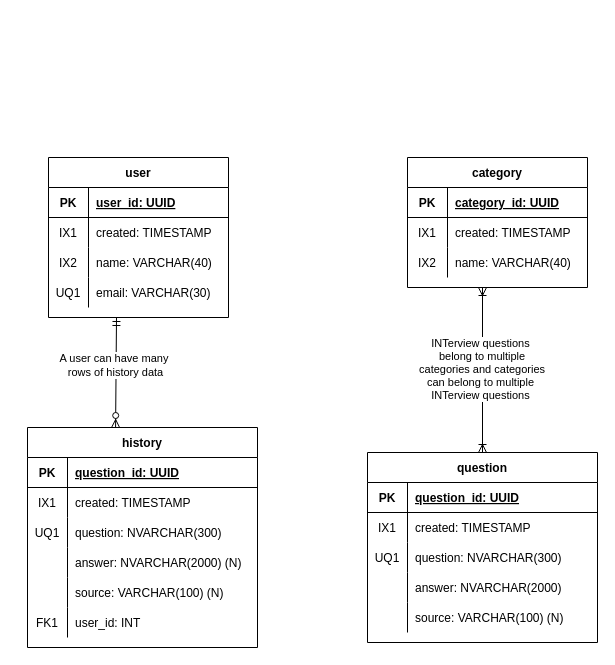
interview-prep-platform/interview-prep-platform.github.io keeps this draw.io diagram as docs/work/erd-Interview-prep.drawio. Above is the earlier version. Source tidied: cells renumbered, new cells numbered last; positions are measured from the earlier drawing's top-left corner, leaving out a move shared by most shapes. Both pictures are drawn from the tidied source at 100%, with x=0, y=0 at pixel (27, 157).
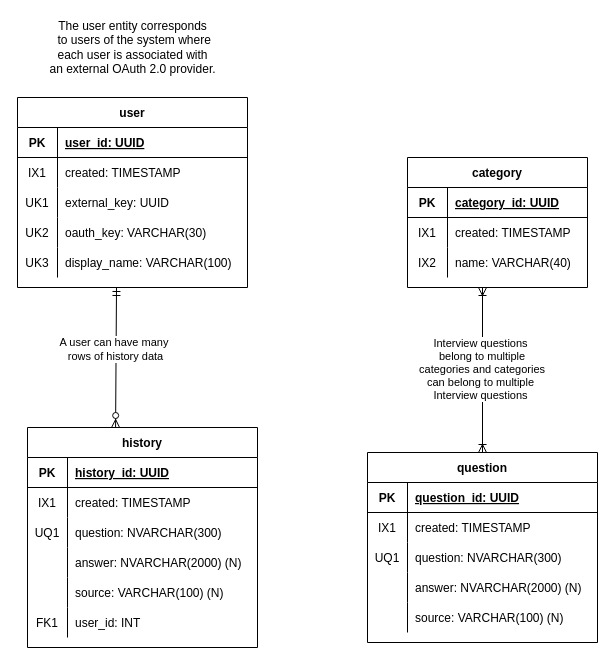
The same page after the edit.

The change refers to these unchanged cells:
```xml
<mxCell id="25" style="shape=partialRectangle;fillColor=none;top=0;left=0;bottom=0;right=0;" parent="15" vertex="1">
  <mxGeometry y="120" width="230" height="30" as="geometry" />
</mxCell>
<mxCell id="43" style="fontSize=12;html=1;endArrow=ERoneToMany;startArrow=ERoneToMany;rounded=0;endFill=0;startFill=0;exitX=0.5;exitY=0;exitDx=0;exitDy=0;" parent="1" edge="1" source="15">
  <mxGeometry relative="1" as="geometry">
    <mxPoint x="455" y="130" as="targetPoint" />
  </mxGeometry>
</mxCell>
<mxCell id="45" value="history" style="shape=table;startSize=30;childLayout=tableLayout;rowLines=0;fontStyle=1;align=center;" parent="1" vertex="1">
  <mxGeometry y="270" width="230" height="220" as="geometry" />
</mxCell>
<mxCell id="46" style="shape=partialRectangle;fillColor=none;top=0;left=0;bottom=1;right=0;" parent="45" vertex="1">
  <mxGeometry y="30" width="230" height="30" as="geometry" />
</mxCell>
```

The edit, as a diff of the source:
```diff
@@
     <mxCell id="2" value="user" style="shape=table;startSize=30;childLayout=tableLayout;rowLines=0;fontStyle=1;align=center;" parent="1" vertex="1">
-      <mxGeometry x="21" width="180" height="160" as="geometry" />
+      <mxGeometry x="-10" y="-60" width="230" height="190" as="geometry" />
     </mxCell>
     <mxCell id="3" style="shape=partialRectangle;fillColor=none;top=0;left=0;bottom=1;right=0;" parent="2" vertex="1">
-      <mxGeometry y="30" width="180" height="30" as="geometry" />
+      <mxGeometry y="30" width="230" height="30" as="geometry" />
     </mxCell>
@@
     <mxCell id="5" value="user_id: UUID" style="shape=partialRectangle;fillColor=none;top=0;left=0;bottom=0;right=0;align=left;spacingLeft=6;fontStyle=5;overflow=hidden;" parent="3" vertex="1">
-      <mxGeometry x="40" width="140" height="30" as="geometry" />
+      <mxGeometry x="40" width="190" height="30" as="geometry" />
     </mxCell>
     <mxCell id="6" style="shape=partialRectangle;fillColor=none;top=0;left=0;bottom=0;right=0;" parent="2" vertex="1">
-      <mxGeometry y="60" width="180" height="30" as="geometry" />
+      <mxGeometry y="60" width="230" height="30" as="geometry" />
     </mxCell>
@@
     <mxCell id="8" value="created: TIMESTAMP" style="shape=partialRectangle;fillColor=none;top=0;left=0;bottom=0;right=0;align=left;spacingLeft=6;overflow=hidden;" parent="6" vertex="1">
-      <mxGeometry x="40" width="140" height="30" as="geometry" />
+      <mxGeometry x="40" width="190" height="30" as="geometry" />
     </mxCell>
     <mxCell id="9" style="shape=partialRectangle;fillColor=none;top=0;left=0;bottom=0;right=0;" parent="2" vertex="1">
-      <mxGeometry y="90" width="180" height="30" as="geometry" />
+      <mxGeometry y="90" width="230" height="30" as="geometry" />
     </mxCell>
-    <mxCell id="10" value="IX2" style="shape=partialRectangle;fillColor=none;top=0;left=0;bottom=0;right=0;overflow=hidden;" parent="9" vertex="1">
+    <mxCell id="10" value="UK1" style="shape=partialRectangle;fillColor=none;top=0;left=0;bottom=0;right=0;overflow=hidden;" parent="9" vertex="1">
       <mxGeometry width="40" height="30" as="geometry" />
     </mxCell>
-    <mxCell id="11" value="name: VARCHAR(40)" style="shape=partialRectangle;fillColor=none;top=0;left=0;bottom=0;right=0;align=left;spacingLeft=6;overflow=hidden;" parent="9" vertex="1">
-      <mxGeometry x="40" width="140" height="30" as="geometry" />
+    <mxCell id="11" value="external_key: UUID" style="shape=partialRectangle;fillColor=none;top=0;left=0;bottom=0;right=0;align=left;spacingLeft=6;overflow=hidden;" parent="9" vertex="1">
+      <mxGeometry x="40" width="190" height="30" as="geometry" />
     </mxCell>
     <mxCell id="12" style="shape=partialRectangle;fillColor=none;top=0;left=0;bottom=0;right=0;" parent="2" vertex="1">
-      <mxGeometry y="120" width="180" height="30" as="geometry" />
+      <mxGeometry y="120" width="230" height="30" as="geometry" />
     </mxCell>
-    <mxCell id="13" value="UQ1" style="shape=partialRectangle;fillColor=none;top=0;left=0;bottom=0;right=0;overflow=hidden;" parent="12" vertex="1">
+    <mxCell id="13" value="UK2" style="shape=partialRectangle;fillColor=none;top=0;left=0;bottom=0;right=0;overflow=hidden;" parent="12" vertex="1">
       <mxGeometry width="40" height="30" as="geometry" />
     </mxCell>
-    <mxCell id="14" value="email: VARCHAR(30)" style="shape=partialRectangle;fillColor=none;top=0;left=0;bottom=0;right=0;align=left;spacingLeft=6;overflow=hidden;" parent="12" vertex="1">
-      <mxGeometry x="40" width="140" height="30" as="geometry" />
+    <mxCell id="14" value="oauth_key: VARCHAR(30)" style="shape=partialRectangle;fillColor=none;top=0;left=0;bottom=0;right=0;align=left;spacingLeft=6;overflow=hidden;" parent="12" vertex="1">
+      <mxGeometry x="40" width="190" height="30" as="geometry" />
     </mxCell>
+    <mxCell id="64" style="shape=partialRectangle;fillColor=none;top=0;left=0;bottom=0;right=0;" parent="2" vertex="1">
+      <mxGeometry y="150" width="230" height="30" as="geometry" />
+    </mxCell>
+    <mxCell id="65" value="UK3" style="shape=partialRectangle;fillColor=none;top=0;left=0;bottom=0;right=0;overflow=hidden;" parent="64" vertex="1">
+      <mxGeometry width="40" height="30" as="geometry" />
+    </mxCell>
+    <mxCell id="66" value="display_name: VARCHAR(100)" style="shape=partialRectangle;fillColor=none;top=0;left=0;bottom=0;right=0;align=left;spacingLeft=6;overflow=hidden;" parent="64" vertex="1">
+      <mxGeometry x="40" width="190" height="30" as="geometry" />
+    </mxCell>
@@
-    <mxCell id="27" value="answer: NVARCHAR(2000)" style="shape=partialRectangle;fillColor=none;top=0;left=0;bottom=0;right=0;align=left;spacingLeft=6;overflow=hidden;" parent="25" vertex="1">
+    <mxCell id="27" value="answer: NVARCHAR(2000) (N)" style="shape=partialRectangle;fillColor=none;top=0;left=0;bottom=0;right=0;align=left;spacingLeft=6;overflow=hidden;" parent="25" vertex="1">
       <mxGeometry x="40" width="190" height="30" as="geometry" />
     </mxCell>
@@
     <mxCell id="31" style="fontSize=12;html=1;endArrow=ERmandOne;startArrow=ERzeroToMany;rounded=0;startFill=1;endFill=0;exitX=0.383;exitY=0;exitDx=0;exitDy=0;exitPerimeter=0;" parent="1" edge="1" source="45">
       <mxGeometry relative="1" as="geometry">
-        <mxPoint x="89" y="160" as="targetPoint" />
+        <mxPoint x="89" y="130" as="targetPoint" />
       </mxGeometry>
     </mxCell>
@@
-    <mxCell id="44" value="INTerview questions&lt;br&gt;&amp;nbsp;belong to multiple&lt;br&gt;&amp;nbsp;categories and categories&lt;br&gt;can belong to multiple &lt;br&gt;INTerview questions" style="edgeLabel;html=1;align=center;verticalAlign=middle;" parent="43" vertex="1">
+    <mxCell id="44" value="Interview questions&lt;br&gt;&amp;nbsp;belong to multiple&lt;br&gt;&amp;nbsp;categories and categories&lt;br&gt;can belong to multiple &lt;br&gt;Interview questions" style="edgeLabel;html=1;align=center;verticalAlign=middle;" parent="43" vertex="1">
       <mxGeometry x="0.02" y="3" relative="1" as="geometry" />
     </mxCell>
@@
-    <mxCell id="48" value="question_id: UUID" style="shape=partialRectangle;fillColor=none;top=0;left=0;bottom=0;right=0;align=left;spacingLeft=6;fontStyle=5;overflow=hidden;" parent="46" vertex="1">
+    <mxCell id="48" value="history_id: UUID" style="shape=partialRectangle;fillColor=none;top=0;left=0;bottom=0;right=0;align=left;spacingLeft=6;fontStyle=5;overflow=hidden;" parent="46" vertex="1">
       <mxGeometry x="40" width="190" height="30" as="geometry" />
     </mxCell>
@@
+    <mxCell id="67" value="The user entity corresponds&lt;br&gt;&amp;nbsp;to users of the system where &lt;br&gt;each user is associated with &lt;br&gt;an external OAuth 2.0 provider." style="text;html=1;align=center;verticalAlign=middle;strokeColor=none;fillColor=none;" parent="1" vertex="1">
+      <mxGeometry x="15" y="-140" width="180" height="60" as="geometry" />
+    </mxCell>
```
